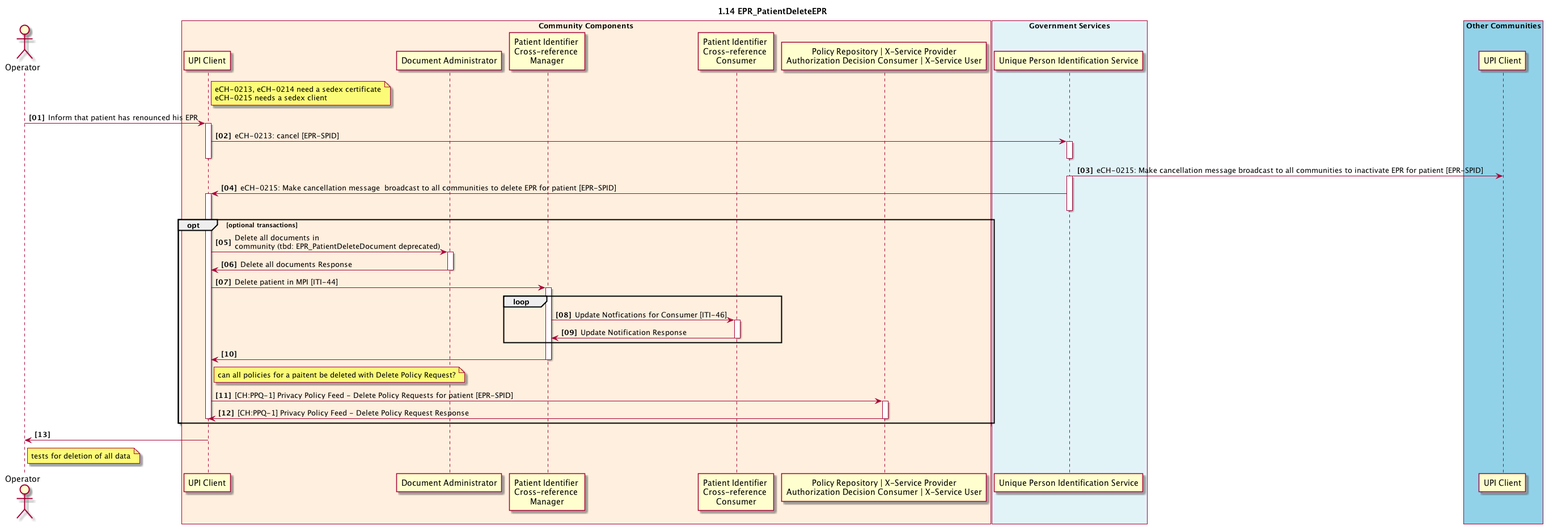
Above: 1_14_EPR_PatientDeleteEPR.plantuml.png in ahdis/ch-epr-seqdiag (PlantUML), before the change. The source it was exported from:
```plantuml
@startuml
skinparam Padding 1
autonumber 1 1 "<b>[00]"
title 1.14 EPR_PatientDeleteEPR

actor admin as "Operator"

box "Community Components" #FFEFDE
	participant cc_upi_client as "UPI Client"
  participant cc_doc_admin as "Document Administrator"
	participant cc_mpi_x_ref_manager as "Patient Identifier \nCross-reference \nManager"
  participant cc_pix_x_ref_consumer as "Patient Identifier \nCross-reference \nConsumer"
	participant cc_ppq_policy_repository as "Policy Repository | X-Service Provider\nAuthorization Decision Consumer | X-Service User"
end box

box "Government Services" #E2F3F8
	participant gs_upi as "Unique Person Identification Service"
end box

box "Other Communities" #91D2E8
  participant oc_upi_client as "UPI Client"
end box

note right cc_upi_client:  eCH-0213, eCH-0214 need a sedex certificate\neCH-0215 needs a sedex client

admin -> cc_upi_client: Inform that patient has renounced his EPR
activate cc_upi_client
cc_upi_client->gs_upi: eCH-0213: cancel [EPR-SPID]
activate gs_upi

deactivate cc_upi_client
deactivate gs_upi

gs_upi -> oc_upi_client: eCH-0215: Make cancellation message broadcast to all communities to inactivate EPR for patient [EPR-SPID]

activate gs_upi

gs_upi -> cc_upi_client: eCH-0215: Make cancellation message  broadcast to all communities to delete EPR for patient [EPR-SPID]
activate cc_upi_client
deactivate gs_upi

opt optional transactions
cc_upi_client -> cc_doc_admin: Delete all documents in \ncommunity (tbd: EPR_PatientDeleteDocument deprecated)
activate cc_doc_admin
cc_upi_client <- cc_doc_admin:  Delete all documents Response
deactivate cc_doc_admin

cc_upi_client -> cc_mpi_x_ref_manager: Delete patient in MPI [ITI-44]
activate cc_mpi_x_ref_manager
loop
cc_mpi_x_ref_manager -> cc_pix_x_ref_consumer: Update Notfications for Consumer [ITI-46]
activate cc_pix_x_ref_consumer
cc_mpi_x_ref_manager <- cc_pix_x_ref_consumer: Update Notification Response
deactivate cc_pix_x_ref_consumer
end
cc_upi_client <- cc_mpi_x_ref_manager
deactivate cc_mpi_x_ref_manager

note right cc_upi_client: can all policies for a paitent be deleted with Delete Policy Request?
  cc_upi_client -> cc_ppq_policy_repository: [CH:PPQ-1] Privacy Policy Feed - Delete Policy Requests for patient [EPR-SPID]
  activate cc_ppq_policy_repository
  cc_upi_client <- cc_ppq_policy_repository: [CH:PPQ-1] Privacy Policy Feed - Delete Policy Request Response
  deactivate cc_ppq_policy_repository

deactivate cc_upi_client

end

cc_upi_client -> admin


note right admin: tests for deletion of all data

@enduml
```
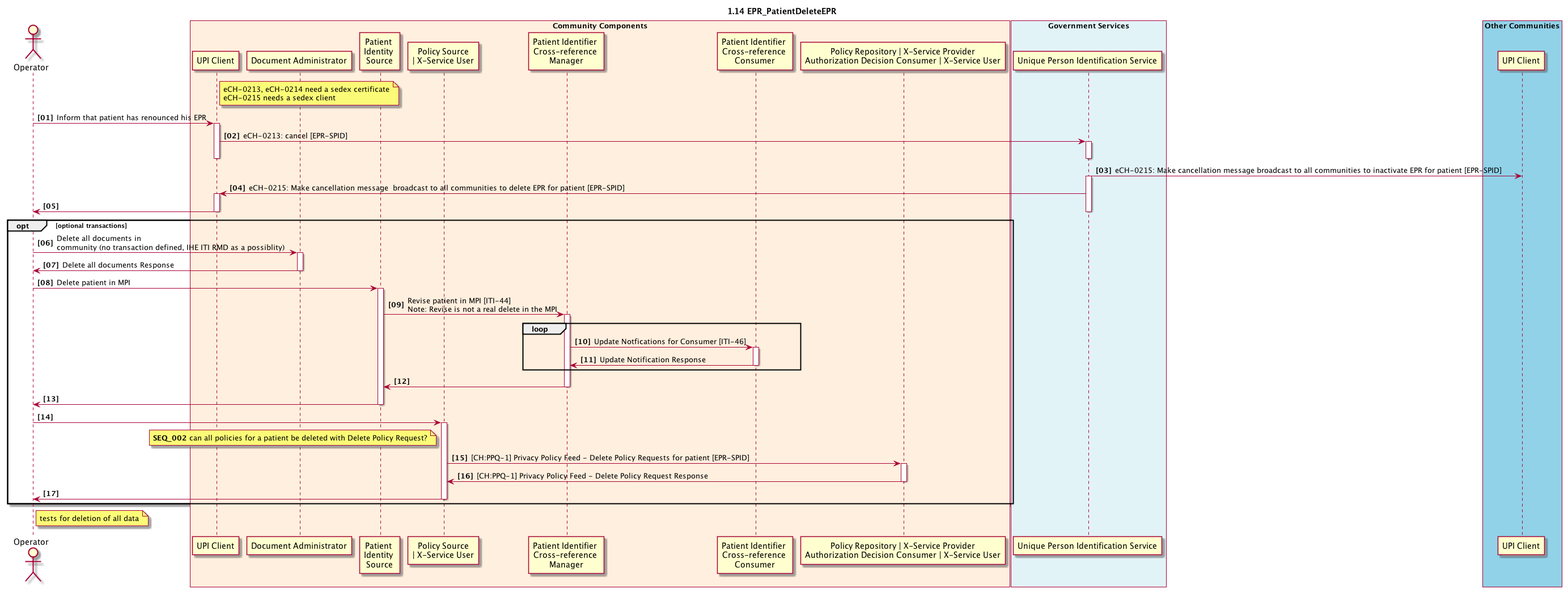
The same diagram one commit later.

Diff of the diagram source:
```diff
@@ -8,6 +8,8 @@
 box "Community Components" #FFEFDE
 	participant cc_upi_client as "UPI Client"
   participant cc_doc_admin as "Document Administrator"
+  participant cc_mpi_source as "Patient \nIdentity \nSource"
+	participant pp_ppq_policy_source as "Policy Source\n| X-Service User"
 	participant cc_mpi_x_ref_manager as "Patient Identifier \nCross-reference \nManager"
   participant cc_pix_x_ref_consumer as "Patient Identifier \nCross-reference \nConsumer"
 	participant cc_ppq_policy_repository as "Policy Repository | X-Service Provider\nAuthorization Decision Consumer | X-Service User"
@@ -37,15 +39,21 @@
 
 gs_upi -> cc_upi_client: eCH-0215: Make cancellation message  broadcast to all communities to delete EPR for patient [EPR-SPID]
 activate cc_upi_client
+cc_upi_client -> admin
 deactivate gs_upi
 
 opt optional transactions
-cc_upi_client -> cc_doc_admin: Delete all documents in \ncommunity (tbd: EPR_PatientDeleteDocument deprecated)
+deactivate cc_upi_client
+
+admin -> cc_doc_admin: Delete all documents in \ncommunity (no transaction defined, IHE ITI RMD as a possiblity)
 activate cc_doc_admin
-cc_upi_client <- cc_doc_admin:  Delete all documents Response
+admin <- cc_doc_admin:  Delete all documents Response
 deactivate cc_doc_admin
 
-cc_upi_client -> cc_mpi_x_ref_manager: Delete patient in MPI [ITI-44]
+
+admin -> cc_mpi_source: Delete patient in MPI
+activate cc_mpi_source
+cc_mpi_source -> cc_mpi_x_ref_manager: Revise patient in MPI [ITI-44]\nNote: Revise is not a real delete in the MPI
 activate cc_mpi_x_ref_manager
 loop
 cc_mpi_x_ref_manager -> cc_pix_x_ref_consumer: Update Notfications for Consumer [ITI-46]
@@ -53,21 +61,22 @@
 cc_mpi_x_ref_manager <- cc_pix_x_ref_consumer: Update Notification Response
 deactivate cc_pix_x_ref_consumer
 end
-cc_upi_client <- cc_mpi_x_ref_manager
+cc_mpi_source <- cc_mpi_x_ref_manager
 deactivate cc_mpi_x_ref_manager
+admin <- cc_mpi_source
+deactivate cc_mpi_source
 
-note right cc_upi_client: can all policies for a paitent be deleted with Delete Policy Request?
-  cc_upi_client -> cc_ppq_policy_repository: [CH:PPQ-1] Privacy Policy Feed - Delete Policy Requests for patient [EPR-SPID]
+admin -> pp_ppq_policy_source
+activate pp_ppq_policy_source
+note left pp_ppq_policy_source: <b>SEQ_002</b> can all policies for a patient be deleted with Delete Policy Request?
+  pp_ppq_policy_source -> cc_ppq_policy_repository: [CH:PPQ-1] Privacy Policy Feed - Delete Policy Requests for patient [EPR-SPID]
   activate cc_ppq_policy_repository
-  cc_upi_client <- cc_ppq_policy_repository: [CH:PPQ-1] Privacy Policy Feed - Delete Policy Request Response
+  pp_ppq_policy_source <- cc_ppq_policy_repository: [CH:PPQ-1] Privacy Policy Feed - Delete Policy Request Response
   deactivate cc_ppq_policy_repository
-
-deactivate cc_upi_client
+admin <-pp_ppq_policy_source
+deactivate pp_ppq_policy_source
 
 end
-
-cc_upi_client -> admin
-
 
 note right admin: tests for deletion of all data
 
```
